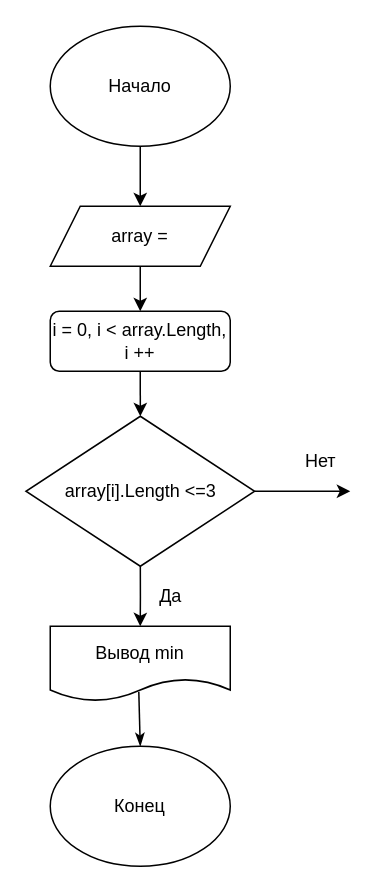
Above: Блок-схема.drawio in vihvit/choosing-a-specialization (draw.io), before the change. Source tidied: cells renumbered, new cells numbered last; positions are measured from the earlier drawing's top-left corner, leaving out a move shared by most shapes. Both pictures are drawn from the tidied source at 150%, with x=0, y=0 at pixel (26, 26).
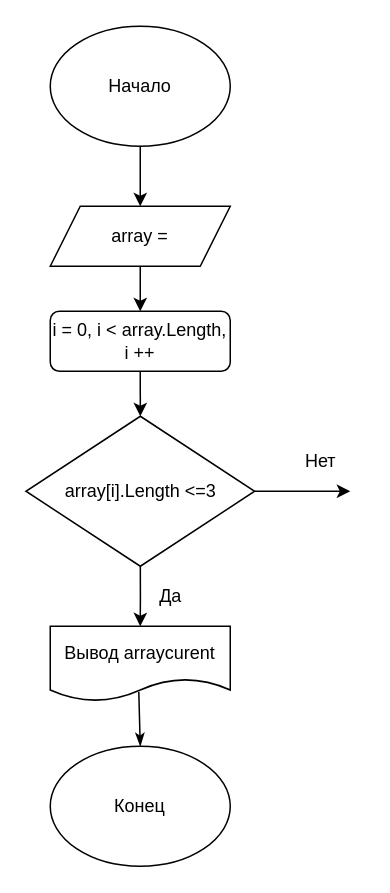
After the change.

Commit message:
change text in diagram

Diff of the diagram source:
```diff
@@
 <mxGraphModel>
   <root>
     <mxCell id="0" />
     <mxCell id="1" parent="0" />
     <mxCell id="2" style="edgeStyle=orthogonalEdgeStyle;rounded=0;jettySize=auto;html=1;" parent="1" edge="1" source="3" target="5">
       <mxGeometry relative="1" as="geometry" />
     </mxCell>
     <mxCell id="3" value="Начало" style="ellipse;whiteSpace=wrap;html=1;" parent="1" vertex="1">
       <mxGeometry x="16" width="120" height="80" as="geometry" />
     </mxCell>
     <mxCell id="4" style="edgeStyle=orthogonalEdgeStyle;rounded=0;jettySize=auto;html=1;exitX=0.5;exitY=1;exitDx=0;exitDy=0;entryX=0.5;entryY=0;entryDx=0;entryDy=0;" parent="1" edge="1" source="5" target="15">
       <mxGeometry relative="1" as="geometry" />
     </mxCell>
     <mxCell id="5" value="array =" style="shape=parallelogram;perimeter=parallelogramPerimeter;whiteSpace=wrap;html=1;fixedSize=1;" parent="1" vertex="1">
       <mxGeometry x="16" y="120" width="120" height="40" as="geometry" />
     </mxCell>
     <mxCell id="6" style="edgeStyle=orthogonalEdgeStyle;rounded=0;jettySize=auto;html=1;exitX=0.5;exitY=1;exitDx=0;exitDy=0;" parent="1" edge="1" source="8">
       <mxGeometry relative="1" as="geometry">
         <mxPoint x="76" y="400" as="targetPoint" />
       </mxGeometry>
     </mxCell>
     <mxCell id="7" style="edgeStyle=orthogonalEdgeStyle;rounded=0;jettySize=auto;html=1;exitX=1;exitY=0.5;exitDx=0;exitDy=0;" parent="1" edge="1" source="8">
       <mxGeometry relative="1" as="geometry">
         <mxPoint x="216" y="310" as="targetPoint" />
       </mxGeometry>
     </mxCell>
     <mxCell id="8" value="array[i].Length &amp;lt;=3" style="rhombus;whiteSpace=wrap;html=1;" parent="1" vertex="1">
       <mxGeometry x="-0.2" y="260" width="152.5" height="100" as="geometry" />
     </mxCell>
     <mxCell id="9" value="Нет" style="text;html=1;align=center;verticalAlign=middle;strokeColor=none;fillColor=none;" parent="1" vertex="1">
       <mxGeometry x="176" y="280" width="40" height="20" as="geometry" />
     </mxCell>
     <mxCell id="10" value="Да" style="text;html=1;align=center;verticalAlign=middle;strokeColor=none;fillColor=none;" parent="1" vertex="1">
       <mxGeometry x="81" y="370" width="30" height="20" as="geometry" />
     </mxCell>
     <mxCell id="11" style="rounded=0;jettySize=auto;html=1;startArrow=none;startFill=0;endArrow=classicThin;endFill=1;exitX=0.492;exitY=0.875;exitDx=0;exitDy=0;exitPerimeter=0;entryX=0.5;entryY=0;entryDx=0;entryDy=0;" parent="1" edge="1" source="12" target="13">
       <mxGeometry relative="1" as="geometry" />
     </mxCell>
-    <mxCell id="12" value="Вывод min" style="shape=document;whiteSpace=wrap;html=1;boundedLbl=1;" parent="1" vertex="1">
+    <mxCell id="12" value="Вывод arraycurent" style="shape=document;whiteSpace=wrap;html=1;boundedLbl=1;" parent="1" vertex="1">
       <mxGeometry x="16" y="400" width="120" height="50" as="geometry" />
     </mxCell>
     <mxCell id="13" value="Конец" style="ellipse;whiteSpace=wrap;html=1;" parent="1" vertex="1">
       <mxGeometry x="16" y="480" width="120" height="80" as="geometry" />
     </mxCell>
     <mxCell id="14" style="edgeStyle=orthogonalEdgeStyle;rounded=0;jettySize=auto;html=1;exitX=0.5;exitY=1;exitDx=0;exitDy=0;entryX=0.5;entryY=0;entryDx=0;entryDy=0;" parent="1" edge="1" source="15" target="8">
       <mxGeometry relative="1" as="geometry" />
     </mxCell>
     <mxCell id="15" value="i = 0, i &amp;lt; array.Length, i ++" style="rounded=1;whiteSpace=wrap;html=1;" parent="1" vertex="1">
       <mxGeometry x="16" y="190" width="120" height="40" as="geometry" />
     </mxCell>
   </root>
 </mxGraphModel>
```
